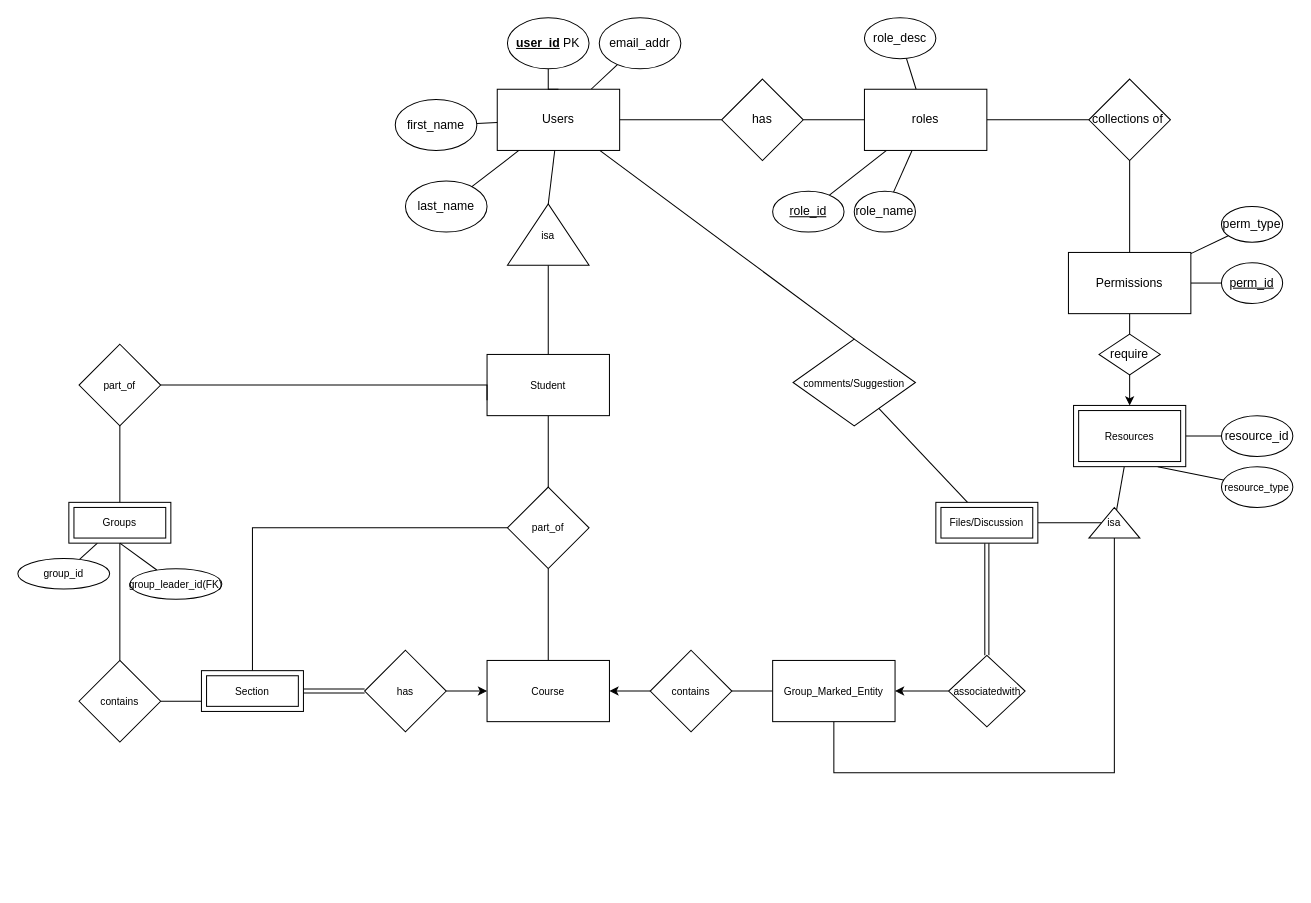
Above: ERdiagram.drawio in 5531CGASystem/CGA (draw.io), before the change. Source tidied: cells renumbered, new cells numbered last; positions are measured from the earlier drawing's top-left corner, leaving out a move shared by most shapes. Both pictures are drawn from the tidied source at 102%, with x=0, y=0 at pixel (17, 17).
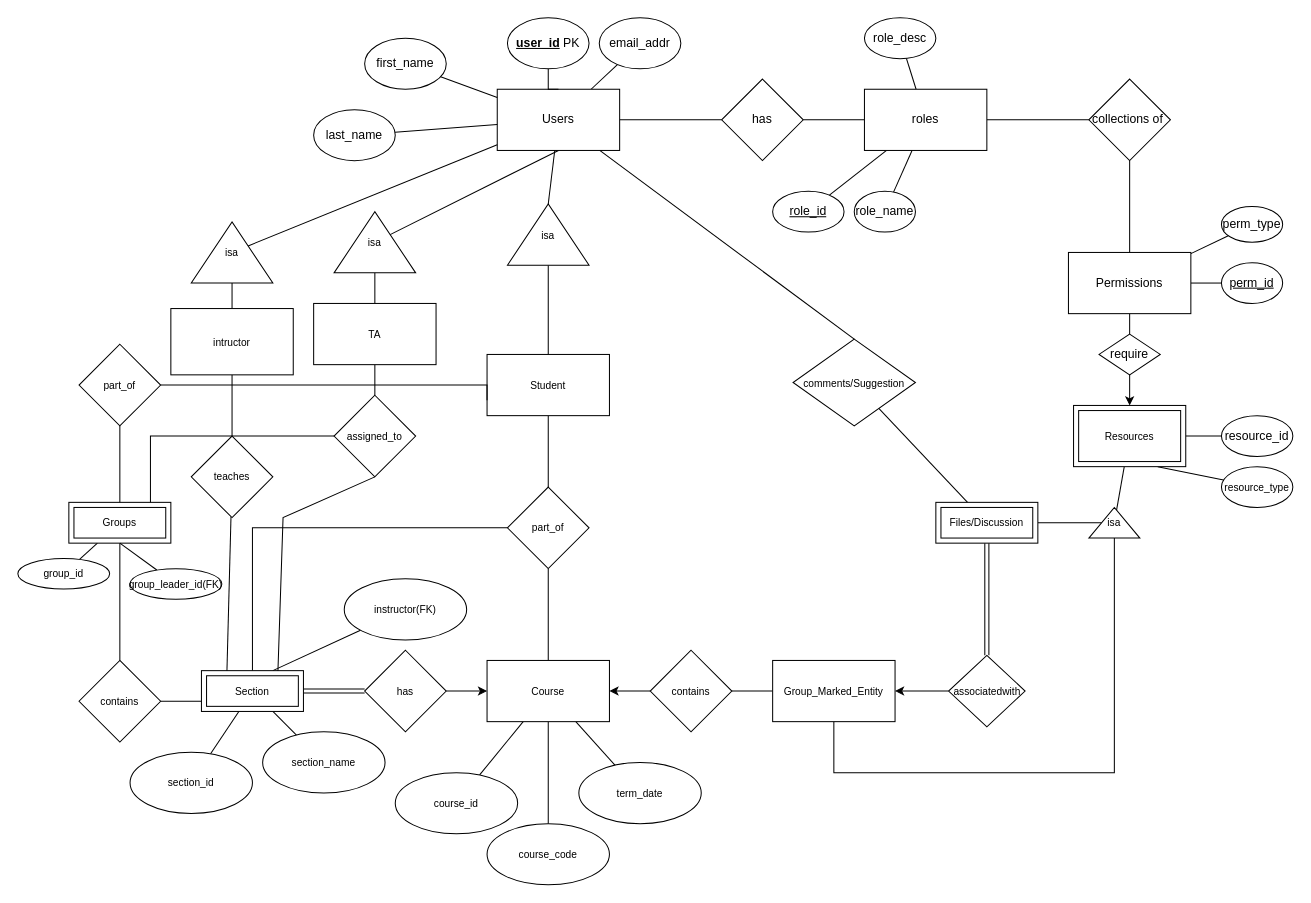
The same page after the edit.

The change refers to these unchanged cells:
```xml
<mxCell id="6" value="Users" style="rounded=0;whiteSpace=wrap;html=1;" parent="1" vertex="1">
  <mxGeometry x="470" y="70" width="120" height="60" as="geometry" />
</mxCell>
<mxCell id="46" value="Course" style="whiteSpace=wrap;html=1;fontSize=10;" parent="1" vertex="1">
  <mxGeometry x="460" y="630" width="120" height="60" as="geometry" />
</mxCell>
<mxCell id="50" value="Section" style="shape=ext;margin=3;double=1;whiteSpace=wrap;html=1;align=center;fontSize=10;strokeColor=default;fillColor=default;" parent="1" vertex="1">
  <mxGeometry x="180" y="640" width="100" height="40" as="geometry" />
</mxCell>
```

Diff of the diagram source:
```diff
@@
     <mxCell id="8" value="first_name" style="ellipse;whiteSpace=wrap;html=1;" parent="1" vertex="1">
-      <mxGeometry x="370" y="80" width="80" height="50" as="geometry" />
+      <mxGeometry x="340" y="20" width="80" height="50" as="geometry" />
     </mxCell>
@@
     <mxCell id="12" value="last_name" style="ellipse;whiteSpace=wrap;html=1;" parent="1" vertex="1">
-      <mxGeometry x="380" y="160" width="80" height="50" as="geometry" />
+      <mxGeometry x="290" y="90" width="80" height="50" as="geometry" />
     </mxCell>
@@
+    <mxCell id="76" style="rounded=0;jettySize=auto;html=1;startArrow=none;startFill=0;endArrow=none;endFill=0;" parent="1" edge="1" source="46" target="83">
+      <mxGeometry relative="1" as="geometry" />
+    </mxCell>
+    <mxCell id="77" style="rounded=0;jettySize=auto;html=1;startArrow=none;startFill=0;endArrow=none;endFill=0;" parent="1" edge="1" source="46" target="84">
+      <mxGeometry relative="1" as="geometry" />
+    </mxCell>
+    <mxCell id="78" style="edgeStyle=none;rounded=0;jettySize=auto;html=1;startArrow=none;startFill=0;endArrow=none;endFill=0;" parent="1" edge="1" source="46" target="85">
+      <mxGeometry relative="1" as="geometry" />
+    </mxCell>
+    <mxCell id="79" style="edgeStyle=none;rounded=0;jettySize=auto;html=1;startArrow=none;startFill=0;endArrow=none;endFill=0;" parent="1" edge="1" target="88">
+      <mxGeometry relative="1" as="geometry">
+        <mxPoint x="250" y="640" as="sourcePoint" />
+      </mxGeometry>
+    </mxCell>
@@
+    <mxCell id="80" style="edgeStyle=none;rounded=0;jettySize=auto;html=1;startArrow=none;startFill=0;endArrow=none;endFill=0;" parent="1" edge="1" source="50" target="86">
+      <mxGeometry relative="1" as="geometry" />
+    </mxCell>
+    <mxCell id="81" style="edgeStyle=none;rounded=0;jettySize=auto;html=1;startArrow=none;startFill=0;endArrow=none;endFill=0;" parent="1" edge="1" source="50" target="87">
+      <mxGeometry relative="1" as="geometry" />
+    </mxCell>
@@
+    <mxCell id="82" style="edgeStyle=none;rounded=0;jettySize=auto;html=1;entryX=0;entryY=0.5;entryDx=0;entryDy=0;startArrow=none;startFill=0;endArrow=none;endFill=0;" parent="1" edge="1" target="102">
+      <mxGeometry relative="1" as="geometry">
+        <mxPoint x="130" y="480" as="sourcePoint" />
+        <Array as="points">
+          <mxPoint x="130" y="410" />
+        </Array>
+      </mxGeometry>
+    </mxCell>
@@
+    <mxCell id="83" value="course_id" style="ellipse;whiteSpace=wrap;html=1;fontSize=10;" parent="1" vertex="1">
+      <mxGeometry x="370" y="740" width="120" height="60" as="geometry" />
+    </mxCell>
+    <mxCell id="84" value="term_date" style="ellipse;whiteSpace=wrap;html=1;fontSize=10;" parent="1" vertex="1">
+      <mxGeometry x="550" y="730" width="120" height="60" as="geometry" />
+    </mxCell>
+    <mxCell id="85" value="course_code" style="ellipse;whiteSpace=wrap;html=1;fontSize=10;" parent="1" vertex="1">
+      <mxGeometry x="460" y="790" width="120" height="60" as="geometry" />
+    </mxCell>
+    <mxCell id="86" value="section_id" style="ellipse;whiteSpace=wrap;html=1;fontSize=10;" parent="1" vertex="1">
+      <mxGeometry x="110" y="720" width="120" height="60" as="geometry" />
+    </mxCell>
+    <mxCell id="87" value="section_name" style="ellipse;whiteSpace=wrap;html=1;fontSize=10;" parent="1" vertex="1">
+      <mxGeometry x="240" y="700" width="120" height="60" as="geometry" />
+    </mxCell>
+    <mxCell id="88" value="instructor(FK)" style="ellipse;whiteSpace=wrap;html=1;fontSize=10;" parent="1" vertex="1">
+      <mxGeometry x="320" y="550" width="120" height="60" as="geometry" />
+    </mxCell>
+    <mxCell id="89" style="edgeStyle=none;rounded=0;jettySize=auto;html=1;startArrow=none;startFill=0;endArrow=none;endFill=0;" parent="1" edge="1" source="91" target="93">
+      <mxGeometry relative="1" as="geometry" />
+    </mxCell>
+    <mxCell id="90" style="edgeStyle=none;rounded=0;jettySize=auto;html=1;startArrow=none;startFill=0;endArrow=none;endFill=0;" parent="1" edge="1" source="91" target="6">
+      <mxGeometry relative="1" as="geometry" />
+    </mxCell>
+    <mxCell id="91" value="isa" style="triangle;whiteSpace=wrap;html=1;fontSize=10;direction=north;" parent="1" vertex="1">
+      <mxGeometry x="170" y="200" width="80" height="60" as="geometry" />
+    </mxCell>
+    <mxCell id="92" style="edgeStyle=none;rounded=0;jettySize=auto;html=1;startArrow=none;startFill=0;endArrow=none;endFill=0;" parent="1" edge="1" source="93" target="95">
+      <mxGeometry relative="1" as="geometry" />
+    </mxCell>
+    <mxCell id="93" value="intructor" style="whiteSpace=wrap;html=1;fontSize=10;" parent="1" vertex="1">
+      <mxGeometry x="150" y="285" width="120" height="65" as="geometry" />
+    </mxCell>
+    <mxCell id="94" style="edgeStyle=none;rounded=0;jettySize=auto;html=1;entryX=0.25;entryY=0;entryDx=0;entryDy=0;startArrow=none;startFill=0;endArrow=none;endFill=0;" parent="1" edge="1" source="95" target="50">
+      <mxGeometry relative="1" as="geometry" />
+    </mxCell>
+    <mxCell id="95" value="teaches" style="rhombus;whiteSpace=wrap;html=1;fontSize=10;" parent="1" vertex="1">
+      <mxGeometry x="170" y="410" width="80" height="80" as="geometry" />
+    </mxCell>
+    <mxCell id="96" style="edgeStyle=none;rounded=0;jettySize=auto;html=1;entryX=0.5;entryY=1;entryDx=0;entryDy=0;startArrow=none;startFill=0;endArrow=none;endFill=0;" parent="1" edge="1" source="98" target="6">
+      <mxGeometry relative="1" as="geometry" />
+    </mxCell>
+    <mxCell id="97" style="edgeStyle=none;rounded=0;jettySize=auto;html=1;startArrow=none;startFill=0;endArrow=none;endFill=0;" parent="1" edge="1" source="98" target="100">
+      <mxGeometry relative="1" as="geometry" />
+    </mxCell>
+    <mxCell id="98" value="isa" style="triangle;whiteSpace=wrap;html=1;fontSize=10;direction=north;" parent="1" vertex="1">
+      <mxGeometry x="310" y="190" width="80" height="60" as="geometry" />
+    </mxCell>
+    <mxCell id="99" style="edgeStyle=none;rounded=0;jettySize=auto;html=1;startArrow=none;startFill=0;endArrow=none;endFill=0;" parent="1" edge="1" source="100" target="102">
+      <mxGeometry relative="1" as="geometry" />
+    </mxCell>
+    <mxCell id="100" value="TA" style="rounded=0;whiteSpace=wrap;html=1;fontSize=10;" parent="1" vertex="1">
+      <mxGeometry x="290" y="280" width="120" height="60" as="geometry" />
+    </mxCell>
+    <mxCell id="101" style="edgeStyle=none;rounded=0;jettySize=auto;html=1;startArrow=none;startFill=0;endArrow=none;endFill=0;entryX=0.75;entryY=0;entryDx=0;entryDy=0;exitX=0.5;exitY=1;exitDx=0;exitDy=0;" parent="1" edge="1" source="102" target="50">
+      <mxGeometry relative="1" as="geometry">
+        <Array as="points">
+          <mxPoint x="260" y="490" />
+        </Array>
+      </mxGeometry>
+    </mxCell>
+    <mxCell id="102" value="assigned_to" style="rhombus;whiteSpace=wrap;html=1;fontSize=10;rounded=0;" parent="1" vertex="1">
+      <mxGeometry x="310" y="370" width="80" height="80" as="geometry" />
+    </mxCell>
```
